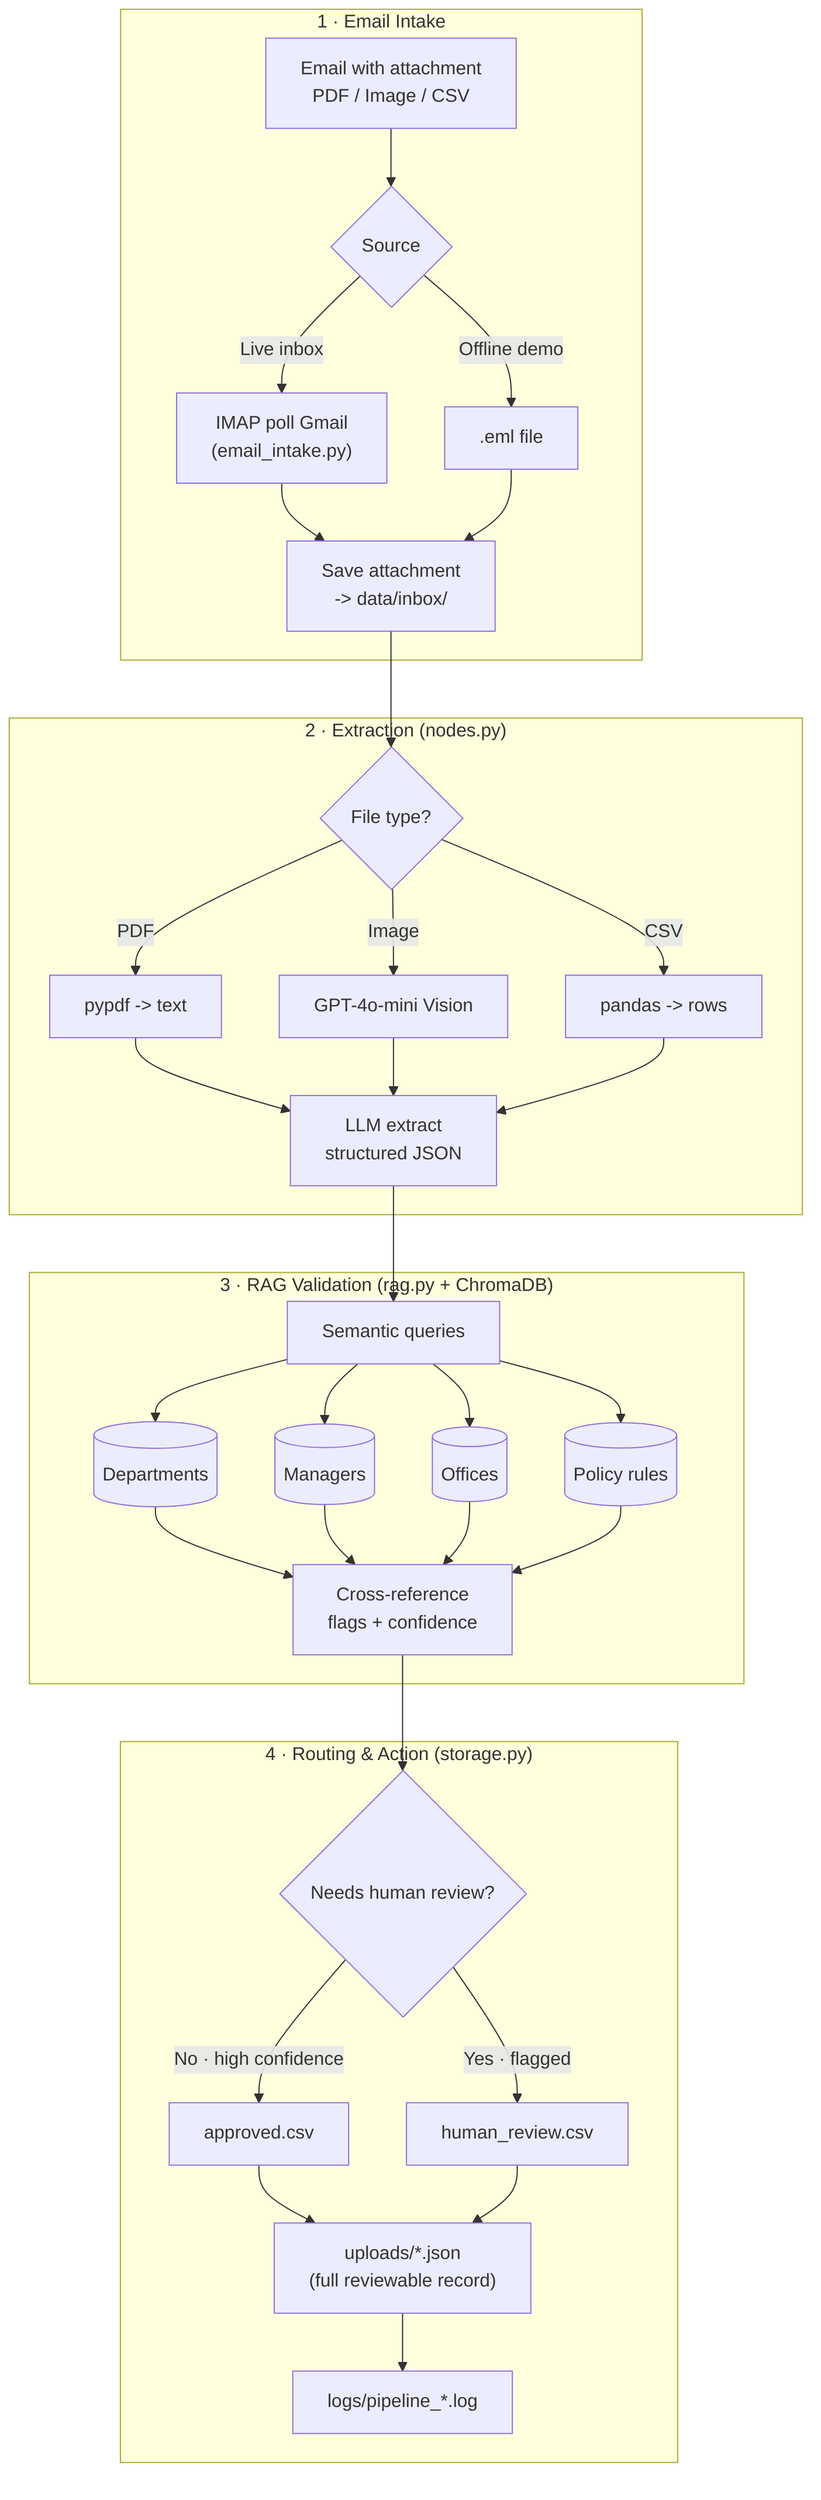
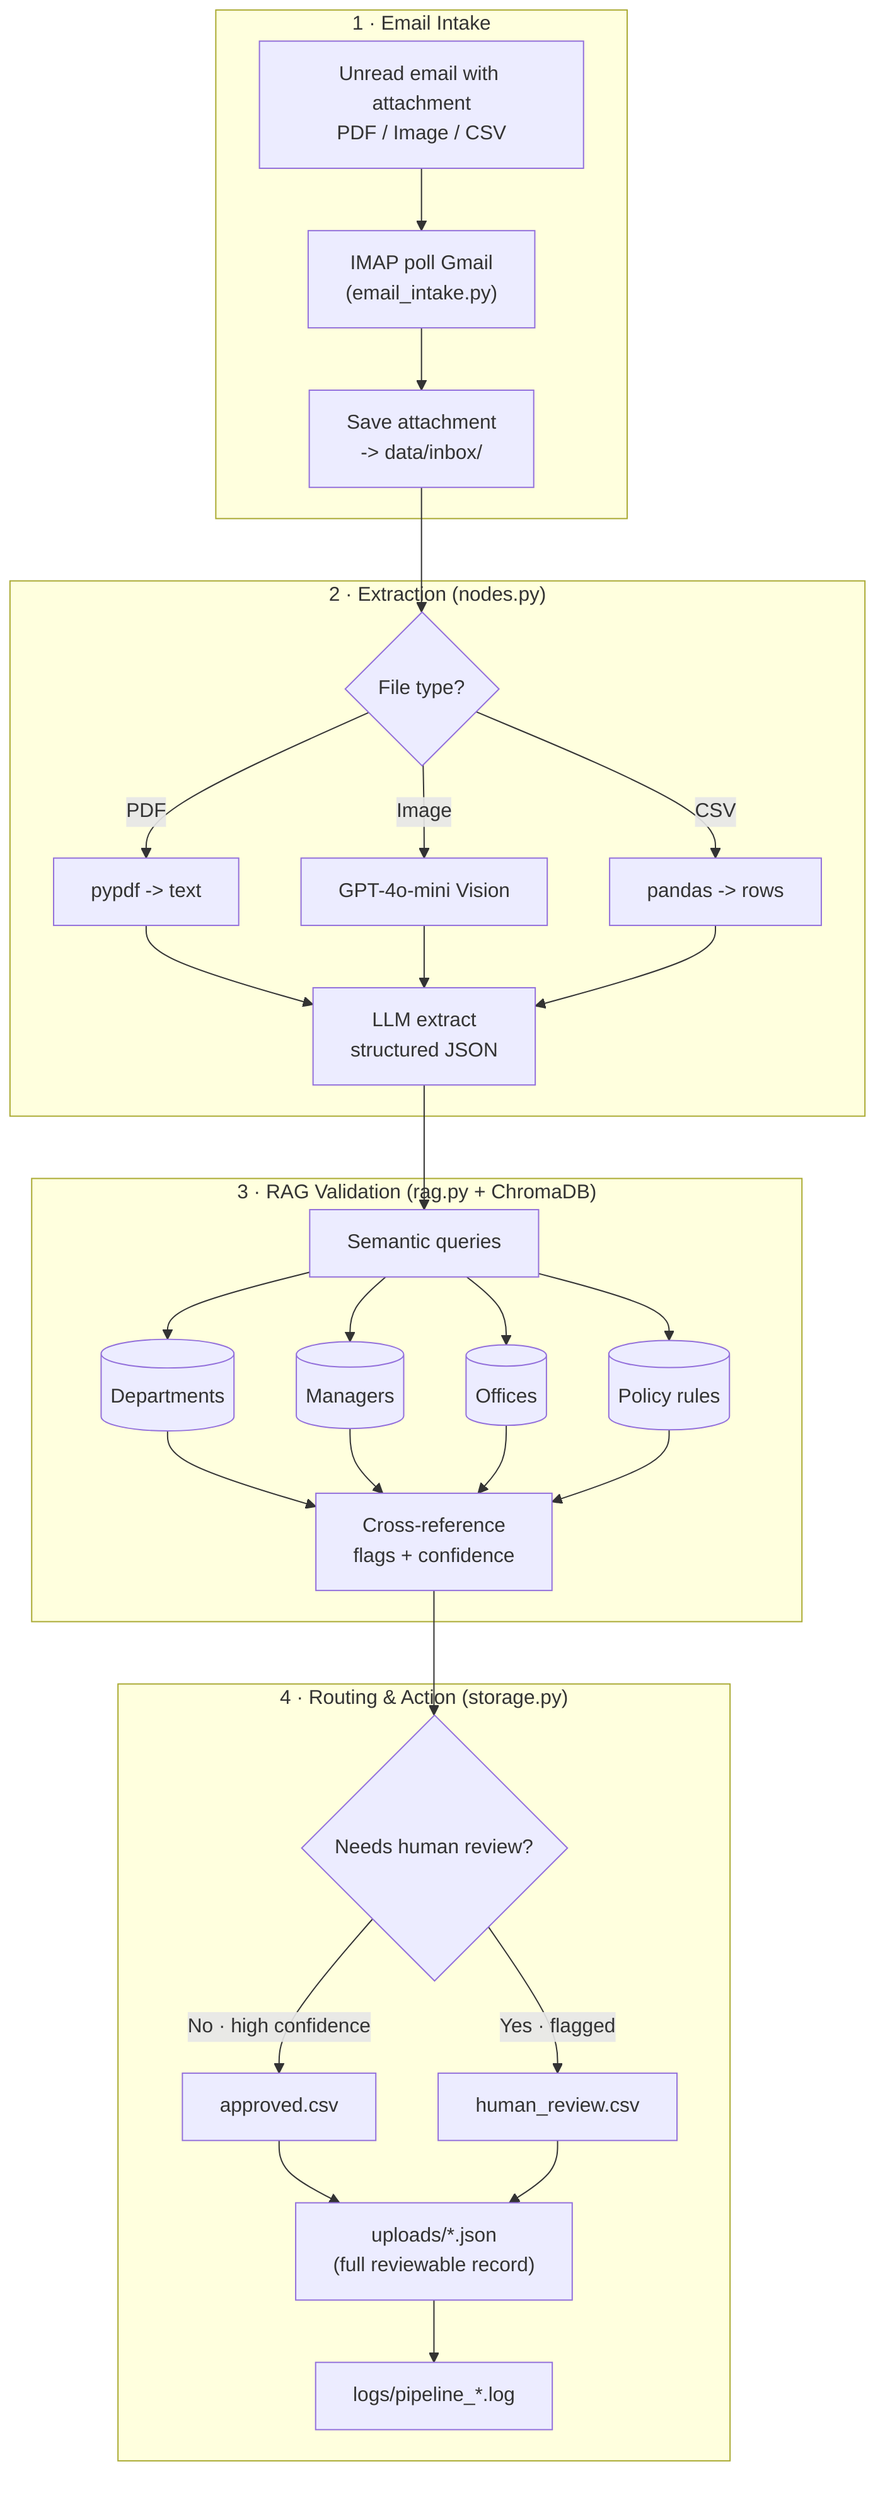
%% Employee Onboarding AI Agent — End-to-End Architecture
flowchart TD
    subgraph INTAKE["1 · Email Intake"]
-         A["Email with attachment<br/>PDF / Image / CSV"] --> B{"Source"}
-         B -->|"Live inbox"| C["IMAP poll Gmail<br/>(email_intake.py)"]
-         B -->|"Offline demo"| D[".eml file"]
+         A["Unread email with attachment<br/>PDF / Image / CSV"] --> C["IMAP poll Gmail<br/>(email_intake.py)"]
        C --> E["Save attachment<br/>-> data/inbox/"]
-         D --> E
    end

    subgraph EXTRACT["2 · Extraction (nodes.py)"]
        E --> F{"File type?"}
        F -->|"PDF"| G["pypdf -> text"]
        F -->|"Image"| H["GPT-4o-mini Vision"]
        F -->|"CSV"| I["pandas -> rows"]
        G --> J["LLM extract<br/>structured JSON"]
        H --> J
        I --> J
    end

    subgraph RAG["3 · RAG Validation (rag.py + ChromaDB)"]
        J --> K["Semantic queries"]
        K --> L[("Departments")]
        K --> M[("Managers")]
        K --> N[("Offices")]
        K --> O[("Policy rules")]
        L --> P["Cross-reference<br/>flags + confidence"]
        M --> P
        N --> P
        O --> P
    end

    subgraph ROUTE["4 · Routing & Action (storage.py)"]
        P --> Q{"Needs human review?"}
        Q -->|"No · high confidence"| R["approved.csv"]
        Q -->|"Yes · flagged"| S["human_review.csv"]
        R --> T["uploads/*.json<br/>(full reviewable record)"]
        S --> T
        T --> U["logs/pipeline_*.log"]
    end
